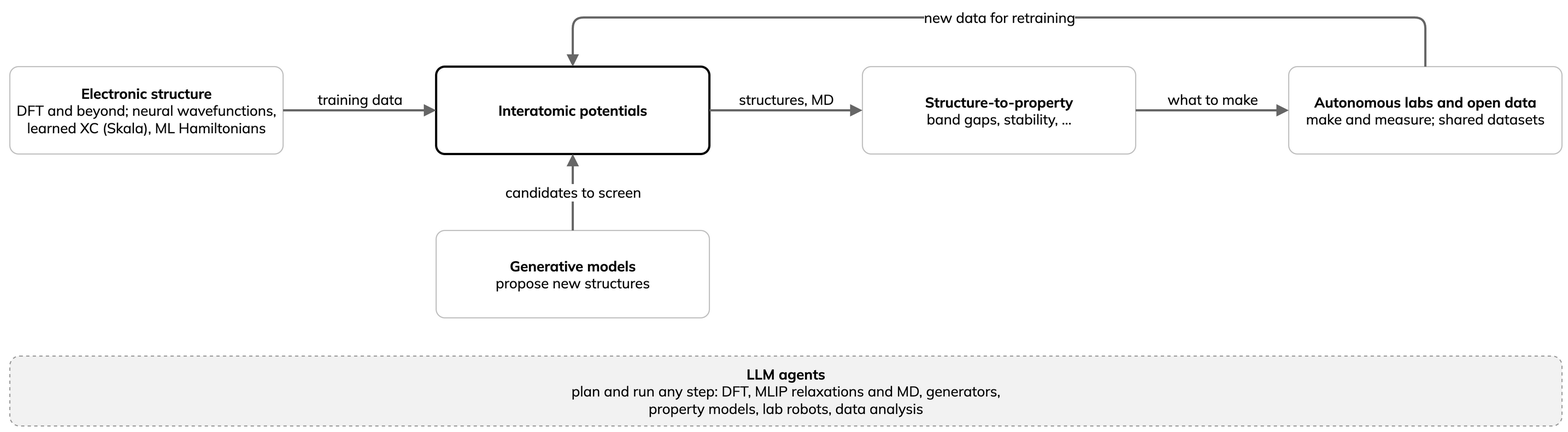
Earlier version of the draw.io export _static/bg-ai-families.drawio.png (ENCCS/mlip-hands-on). Source tidied: cells renumbered, new cells last; positions are measured from the earlier drawing's top-left corner, leaving out a move shared by most shapes.
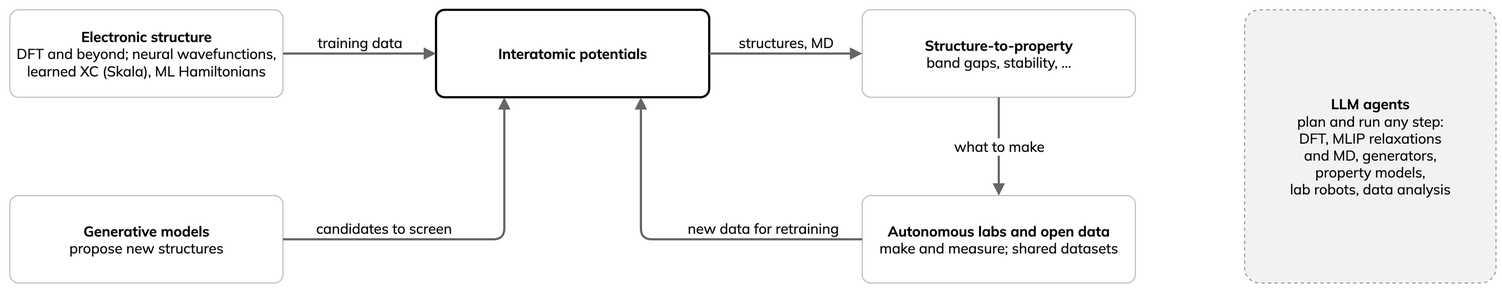
The same diagram one commit later.

Commit message:
Cite synthesisability caveat; agents as side box

Diff of the diagram source:
```diff
@@ -11,14 +11,14 @@
     <mxCell id="4" value="&lt;b&gt;Structure-to-property&lt;/b&gt;&lt;br&gt;band gaps, stability, ..." style="rounded=1;whiteSpace=wrap;html=1;arcSize=10;fillColor=#FFFFFF;strokeColor=#BFBFBF;fontFamily=Mulish;fontSize=13;fontColor=#000000;" parent="1" vertex="1">
       <mxGeometry x="780" y="45" width="250" height="80" as="geometry" />
     </mxCell>
+    <mxCell id="6" value="&lt;b&gt;Generative models&lt;/b&gt;&lt;br&gt;propose new structures" style="rounded=1;whiteSpace=wrap;html=1;arcSize=10;fillColor=#FFFFFF;strokeColor=#BFBFBF;fontFamily=Mulish;fontSize=13;fontColor=#000000;" parent="1" vertex="1">
+      <mxGeometry y="215" width="250" height="80" as="geometry" />
+    </mxCell>
     <mxCell id="5" value="&lt;b&gt;Autonomous labs and open data&lt;/b&gt;&lt;br&gt;make and measure; shared datasets" style="rounded=1;whiteSpace=wrap;html=1;arcSize=10;fillColor=#FFFFFF;strokeColor=#BFBFBF;fontFamily=Mulish;fontSize=13;fontColor=#000000;" parent="1" vertex="1">
-      <mxGeometry x="1170" y="45" width="250" height="80" as="geometry" />
+      <mxGeometry x="780" y="215" width="250" height="80" as="geometry" />
     </mxCell>
-    <mxCell id="6" value="&lt;b&gt;Generative models&lt;/b&gt;&lt;br&gt;propose new structures" style="rounded=1;whiteSpace=wrap;html=1;arcSize=10;fillColor=#FFFFFF;strokeColor=#BFBFBF;fontFamily=Mulish;fontSize=13;fontColor=#000000;" parent="1" vertex="1">
-      <mxGeometry x="390" y="195" width="250" height="80" as="geometry" />
-    </mxCell>
-    <mxCell id="7" value="&lt;b&gt;LLM agents&lt;/b&gt;&lt;br&gt;plan and run any step: DFT, MLIP relaxations and MD, generators,&lt;br&gt;property models, lab robots, data analysis" style="rounded=1;whiteSpace=wrap;html=1;arcSize=14;fillColor=#F2F2F2;strokeColor=#999999;dashed=1;fontFamily=Mulish;fontSize=13;fontColor=#000000;" parent="1" vertex="1">
-      <mxGeometry y="310" width="1420" height="64" as="geometry" />
+    <mxCell id="7" value="&lt;b&gt;LLM agents&lt;/b&gt;&lt;br&gt;plan and run any step:&lt;br&gt;DFT, MLIP relaxations&lt;br&gt;and MD, generators,&lt;br&gt;property models,&lt;br&gt;lab robots, data analysis" style="rounded=1;whiteSpace=wrap;html=1;arcSize=6;fillColor=#F2F2F2;strokeColor=#999999;dashed=1;fontFamily=Mulish;fontSize=13;fontColor=#000000;" parent="1" vertex="1">
+      <mxGeometry x="1130" y="45" width="230" height="250" as="geometry" />
     </mxCell>
     <mxCell id="8" value="training data" style="html=1;endArrow=block;endFill=1;strokeColor=#666666;strokeWidth=2;labelBackgroundColor=#FFFFFF;fontFamily=Mulish;fontSize=13;fontColor=#000000;verticalAlign=bottom;labelBackgroundColor=none;" parent="1" edge="1" source="2" target="3">
       <mxGeometry relative="1" as="geometry" />
@@ -26,19 +26,14 @@
     <mxCell id="9" value="structures, MD" style="html=1;endArrow=block;endFill=1;strokeColor=#666666;strokeWidth=2;labelBackgroundColor=#FFFFFF;fontFamily=Mulish;fontSize=13;fontColor=#000000;verticalAlign=bottom;labelBackgroundColor=none;" parent="1" edge="1" source="3" target="4">
       <mxGeometry relative="1" as="geometry" />
     </mxCell>
-    <mxCell id="10" value="what to make" style="html=1;endArrow=block;endFill=1;strokeColor=#666666;strokeWidth=2;labelBackgroundColor=#FFFFFF;fontFamily=Mulish;fontSize=13;fontColor=#000000;verticalAlign=bottom;labelBackgroundColor=none;" parent="1" edge="1" source="4" target="5">
+    <mxCell id="10" value="what to make" style="html=1;endArrow=block;endFill=1;strokeColor=#666666;strokeWidth=2;labelBackgroundColor=#FFFFFF;fontFamily=Mulish;fontSize=13;fontColor=#000000;labelBackgroundColor=#FFFFFF;" parent="1" edge="1" source="4" target="5">
       <mxGeometry relative="1" as="geometry" />
     </mxCell>
-    <mxCell id="11" value="candidates to screen" style="html=1;endArrow=block;endFill=1;strokeColor=#666666;strokeWidth=2;labelBackgroundColor=#FFFFFF;fontFamily=Mulish;fontSize=13;fontColor=#000000;" parent="1" edge="1" source="6" target="3">
-      <mxGeometry relative="1" as="geometry" />
+    <mxCell id="11" value="candidates to screen" style="html=1;endArrow=block;endFill=1;strokeColor=#666666;strokeWidth=2;labelBackgroundColor=#FFFFFF;fontFamily=Mulish;fontSize=13;fontColor=#000000;edgeStyle=orthogonalEdgeStyle;exitX=1;exitY=0.5;entryX=0.25;entryY=1;verticalAlign=bottom;labelBackgroundColor=none;" parent="1" edge="1" source="6" target="3">
+      <mxGeometry x="-0.45" relative="1" as="geometry" />
     </mxCell>
-    <mxCell id="12" value="new data for retraining" style="html=1;endArrow=block;endFill=1;strokeColor=#666666;strokeWidth=2;labelBackgroundColor=#FFFFFF;fontFamily=Mulish;fontSize=13;fontColor=#000000;edgeStyle=orthogonalEdgeStyle;exitX=0.5;exitY=0;entryX=0.5;entryY=0;" parent="1" edge="1" source="5" target="3">
-      <mxGeometry relative="1" as="geometry">
-        <Array as="points">
-          <mxPoint x="1295" />
-          <mxPoint x="515" />
-        </Array>
-      </mxGeometry>
+    <mxCell id="12" value="new data for retraining" style="html=1;endArrow=block;endFill=1;strokeColor=#666666;strokeWidth=2;labelBackgroundColor=#FFFFFF;fontFamily=Mulish;fontSize=13;fontColor=#000000;edgeStyle=orthogonalEdgeStyle;exitX=0;exitY=0.5;entryX=0.75;entryY=1;verticalAlign=bottom;labelBackgroundColor=none;" parent="1" edge="1" source="5" target="3">
+      <mxGeometry x="-0.45" relative="1" as="geometry" />
     </mxCell>
   </root>
 </mxGraphModel>
```
